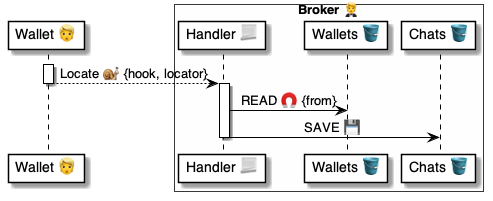
The PlantUML diagram 4 ⚙️ Solution/20 🧑‍🦰 UI/Brokers 🤵/🤵📨 Broker msgs/Locators 🔆 Locate 🧑‍🦰🐌🤵/🤵 Locate ⚙️ uml.png in pollyweb-org/pollyweb-docs, before a commit. Its source is kept beside it as 4 ⚙️ Solution/20 🧑‍🦰 UI/Brokers 🤵/🤵📨 Broker msgs/Locators 🔆 Locate 🧑‍🦰🐌🤵/🤵 Locate ⚙️ uml.puml.
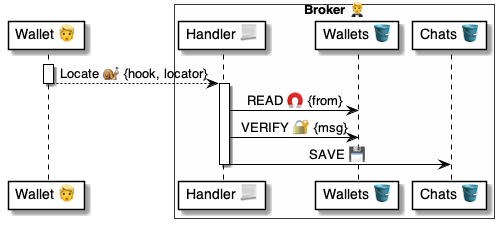
After the change.

What changed in the source:
```diff
@@ -19,6 +19,7 @@
 activate broker
 
     broker -> wallets: READ 🧲 {from}
+    broker -> wallets: VERIFY 🔐 {msg}
     broker -> chats: SAVE 💾
 
 deactivate broker
```
